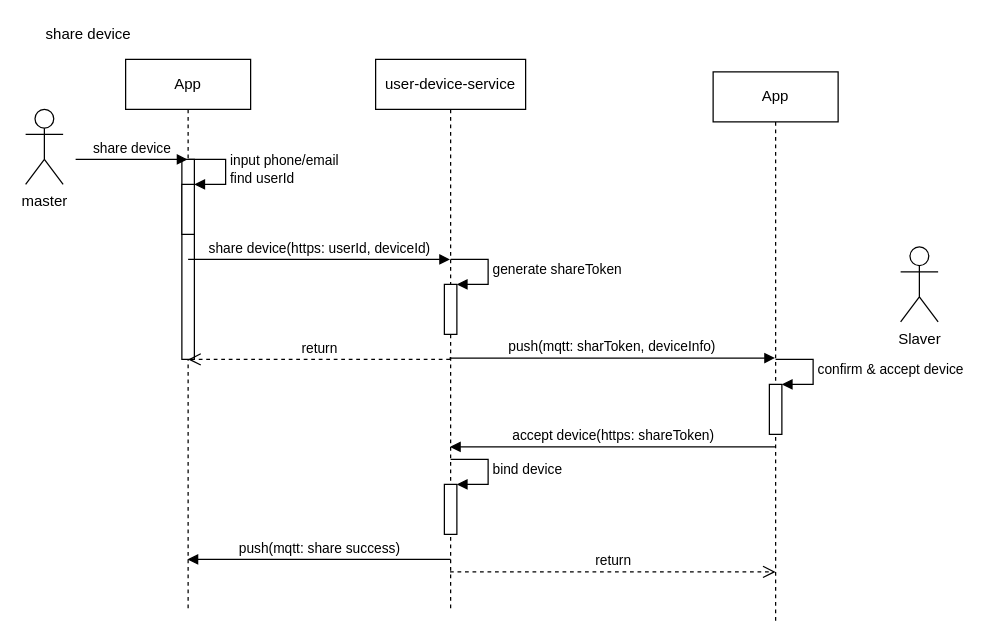
Earlier version of the draw.io diagram user-device.drawio (Jeff-Junfang/PNG). Source tidied: cells renumbered, new cells numbered last; positions are measured from the earlier drawing's top-left corner, leaving out a move shared by most shapes. Both pictures are drawn from the tidied source at 125%, with x=0, y=0 at pixel (25, 21).
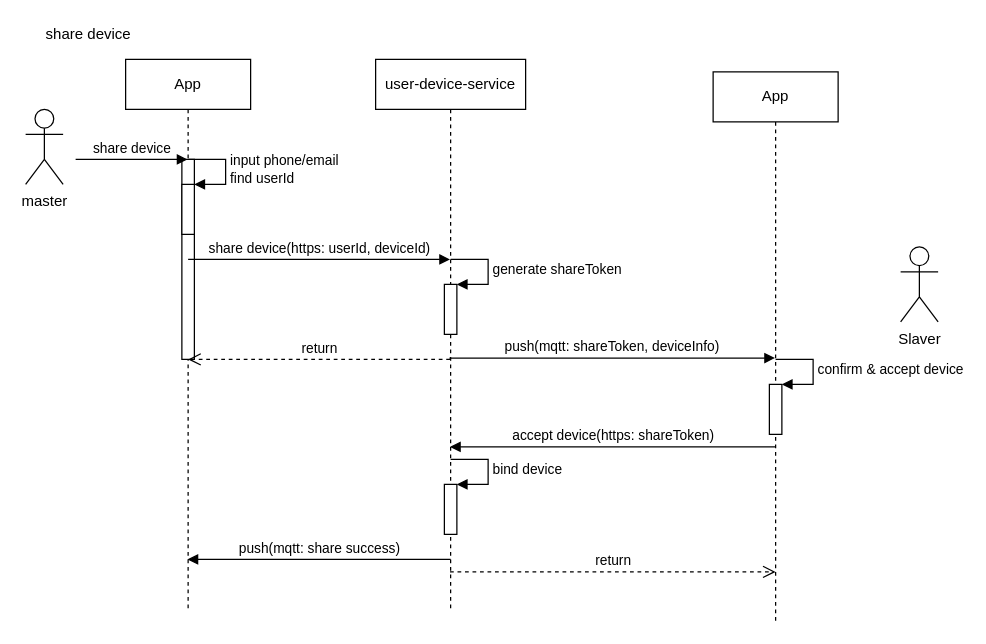
After the change.

The change refers to these unchanged cells:
```xml
<mxCell id="8" value="user-device-service" style="shape=umlLifeline;perimeter=lifelinePerimeter;whiteSpace=wrap;html=1;outlineConnect=0;" parent="1" vertex="1">
  <mxGeometry x="280" y="30" width="120" height="440" as="geometry" />
</mxCell>
<mxCell id="15" value="App" style="shape=umlLifeline;perimeter=lifelinePerimeter;whiteSpace=wrap;html=1;outlineConnect=0;" parent="1" vertex="1">
  <mxGeometry x="550" y="40" width="100" height="440" as="geometry" />
</mxCell>
```

Diff of the diagram source:
```diff
@@
-    <mxCell id="23" value="push(mqtt: sharToken, deviceInfo)" style="html=1;verticalAlign=bottom;endArrow=block;rounded=0;exitX=0.492;exitY=0.543;exitDx=0;exitDy=0;exitPerimeter=0;" parent="1" edge="1" source="8" target="15">
+    <mxCell id="23" value="push(mqtt: shareToken, deviceInfo)" style="html=1;verticalAlign=bottom;endArrow=block;rounded=0;exitX=0.492;exitY=0.543;exitDx=0;exitDy=0;exitPerimeter=0;" parent="1" edge="1" source="8" target="15">
       <mxGeometry relative="1" as="geometry" />
     </mxCell>
```
